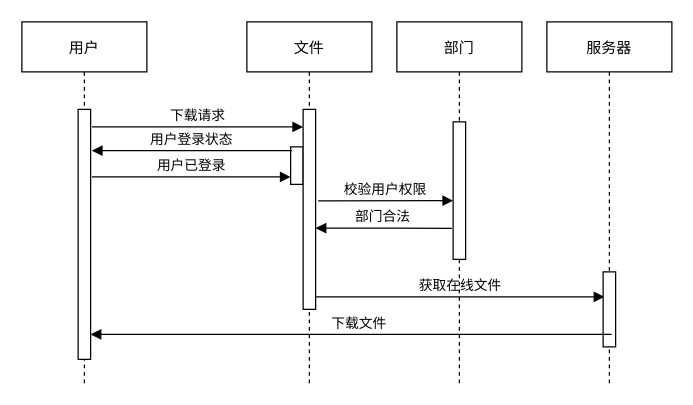
Above: yewuliuchengtu2.0.drawio in ppp-203/ppp-203 (draw.io), before the change. Source tidied: cells renumbered, new cells numbered last; positions are measured from the earlier drawing's top-left corner, leaving out a move shared by most shapes. Both pictures are drawn from the tidied source at 125%, with x=0, y=0 at pixel (21, 21).
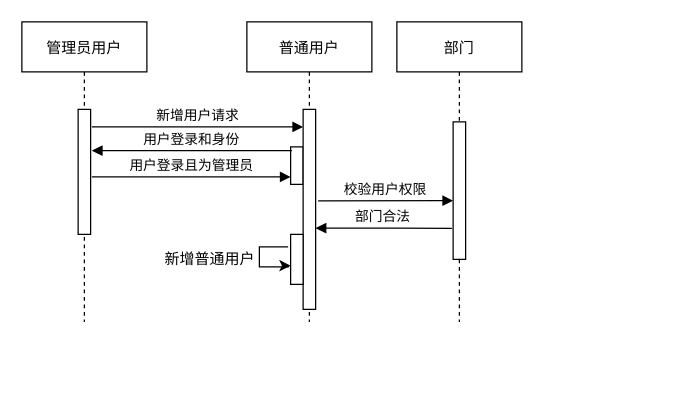
The same page after the edit.

Unchanged cells that the change refers to:
```xml
<mxCell id="5" style="points=[];perimeter=orthogonalPerimeter;rounded=0;shadow=0;strokeWidth=1;" parent="4" vertex="1">
  <mxGeometry x="35" y="100" width="10" height="30" as="geometry" />
</mxCell>
```

Diff of the diagram source:
```diff
@@
-    <mxCell id="2" value="用户" style="shape=umlLifeline;perimeter=lifelinePerimeter;rounded=0;shadow=0;strokeWidth=1;" parent="1" vertex="1">
-      <mxGeometry width="100" height="290" as="geometry" />
+    <mxCell id="2" value="管理员用户" style="shape=umlLifeline;perimeter=lifelinePerimeter;rounded=0;shadow=0;strokeWidth=1;" parent="1" vertex="1">
+      <mxGeometry width="100" height="240" as="geometry" />
     </mxCell>
     <mxCell id="3" style="points=[];perimeter=orthogonalPerimeter;rounded=0;shadow=0;strokeWidth=1;" parent="2" vertex="1">
-      <mxGeometry x="45" y="70" width="10" height="200" as="geometry" />
+      <mxGeometry x="45" y="70" width="10" height="100" as="geometry" />
     </mxCell>
-    <mxCell id="4" value="文件" style="shape=umlLifeline;perimeter=lifelinePerimeter;rounded=0;shadow=0;strokeWidth=1;" parent="1" vertex="1">
-      <mxGeometry x="180" width="100" height="290" as="geometry" />
+    <mxCell id="4" value="普通用户" style="shape=umlLifeline;perimeter=lifelinePerimeter;rounded=0;shadow=0;strokeWidth=1;" parent="1" vertex="1">
+      <mxGeometry x="180" width="100" height="240" as="geometry" />
     </mxCell>
@@
-    <mxCell id="7" value="获取在线文件" style="verticalAlign=bottom;endArrow=block;shadow=0;strokeWidth=1;exitX=1.2;exitY=0.562;exitDx=0;exitDy=0;exitPerimeter=0;entryX=0.1;entryY=0.333;entryDx=0;entryDy=0;entryPerimeter=0;" parent="4" edge="1" target="16">
-      <mxGeometry relative="1" as="geometry">
-        <mxPoint x="55" y="220" as="sourcePoint" />
-      </mxGeometry>
-    </mxCell>
+    <mxCell id="18" style="endArrow=classic;html=1;rounded=0;edgeStyle=orthogonalEdgeStyle;entryX=0.2;entryY=0.633;entryDx=0;entryDy=0;entryPerimeter=0;" parent="4" edge="1">
+      <mxGeometry relative="1" as="geometry">
+        <mxPoint x="33" y="180" as="sourcePoint" />
+        <mxPoint x="35" y="195" as="targetPoint" />
+        <Array as="points">
+          <mxPoint x="10" y="180" />
+          <mxPoint x="10" y="196" />
+          <mxPoint x="33" y="196" />
+          <mxPoint x="33" y="195" />
+        </Array>
+      </mxGeometry>
+    </mxCell>
     <mxCell id="8" value="部门" style="shape=umlLifeline;perimeter=lifelinePerimeter;rounded=0;shadow=0;strokeWidth=1;" parent="1" vertex="1">
-      <mxGeometry x="300" width="100" height="290" as="geometry" />
+      <mxGeometry x="300" width="100" height="240" as="geometry" />
     </mxCell>
@@
-    <mxCell id="10" value="下载请求" style="verticalAlign=bottom;endArrow=block;shadow=0;strokeWidth=1;exitX=1.1;exitY=0.108;exitDx=0;exitDy=0;exitPerimeter=0;" parent="1" edge="1">
+    <mxCell id="10" value="新增用户请求" style="verticalAlign=bottom;endArrow=block;shadow=0;strokeWidth=1;exitX=1.1;exitY=0.108;exitDx=0;exitDy=0;exitPerimeter=0;" parent="1" edge="1">
       <mxGeometry relative="1" as="geometry">
         <mxPoint x="56" y="84" as="sourcePoint" />
         <mxPoint x="225" y="84" as="targetPoint" />
       </mxGeometry>
     </mxCell>
@@
-    <mxCell id="13" value="用户登录状态" style="verticalAlign=bottom;endArrow=block;shadow=0;strokeWidth=1;exitX=0.1;exitY=0.1;exitDx=0;exitDy=0;exitPerimeter=0;entryX=1.1;entryY=0.254;entryDx=0;entryDy=0;entryPerimeter=0;" parent="1" edge="1" source="5">
+    <mxCell id="13" value="用户登录和身份" style="verticalAlign=bottom;endArrow=block;shadow=0;strokeWidth=1;exitX=0.1;exitY=0.1;exitDx=0;exitDy=0;exitPerimeter=0;entryX=1.1;entryY=0.254;entryDx=0;entryDy=0;entryPerimeter=0;" parent="1" edge="1" source="5">
       <mxGeometry relative="1" as="geometry">
         <mxPoint x="56" y="103" as="targetPoint" />
       </mxGeometry>
     </mxCell>
-    <mxCell id="14" value="用户已登录" style="verticalAlign=bottom;endArrow=block;shadow=0;strokeWidth=1;entryX=0;entryY=0.8;entryDx=0;entryDy=0;entryPerimeter=0;exitX=1.1;exitY=0.415;exitDx=0;exitDy=0;exitPerimeter=0;" parent="1" edge="1" target="5">
+    <mxCell id="14" value="用户登录且为管理员" style="verticalAlign=bottom;endArrow=block;shadow=0;strokeWidth=1;entryX=0;entryY=0.8;entryDx=0;entryDy=0;entryPerimeter=0;exitX=1.1;exitY=0.415;exitDx=0;exitDy=0;exitPerimeter=0;" parent="1" edge="1" target="5">
       <mxGeometry relative="1" as="geometry">
         <mxPoint x="56" y="124" as="sourcePoint" />
       </mxGeometry>
     </mxCell>
-    <mxCell id="15" value="服务器" style="shape=umlLifeline;perimeter=lifelinePerimeter;rounded=0;shadow=0;strokeWidth=1;" parent="1" vertex="1">
-      <mxGeometry x="420" width="100" height="290" as="geometry" />
-    </mxCell>
-    <mxCell id="16" style="points=[];perimeter=orthogonalPerimeter;rounded=0;shadow=0;strokeWidth=1;" parent="15" vertex="1">
-      <mxGeometry x="45" y="200" width="10" height="60" as="geometry" />
-    </mxCell>
-    <mxCell id="17" value="下载文件" style="verticalAlign=bottom;endArrow=block;shadow=0;strokeWidth=1;exitX=-0.1;exitY=0.833;exitDx=0;exitDy=0;exitPerimeter=0;entryX=1;entryY=0.9;entryDx=0;entryDy=0;entryPerimeter=0;" parent="1" edge="1" source="16" target="3">
-      <mxGeometry relative="1" as="geometry">
-        <Array as="points">
-          <mxPoint x="475" y="250" />
-        </Array>
-      </mxGeometry>
-    </mxCell>
+    <mxCell id="19" style="perimeter=orthogonalPerimeter;rounded=0;shadow=0;strokeWidth=1;" parent="1" vertex="1">
+      <mxGeometry x="215" y="170" width="10" height="40" as="geometry" />
+    </mxCell>
+    <mxCell id="20" value="新增普通用户" style="text;html=1;align=center;verticalAlign=middle;strokeColor=none;fillColor=none;" parent="1" vertex="1">
+      <mxGeometry x="105" y="180" width="90" height="20" as="geometry" />
+    </mxCell>
```
